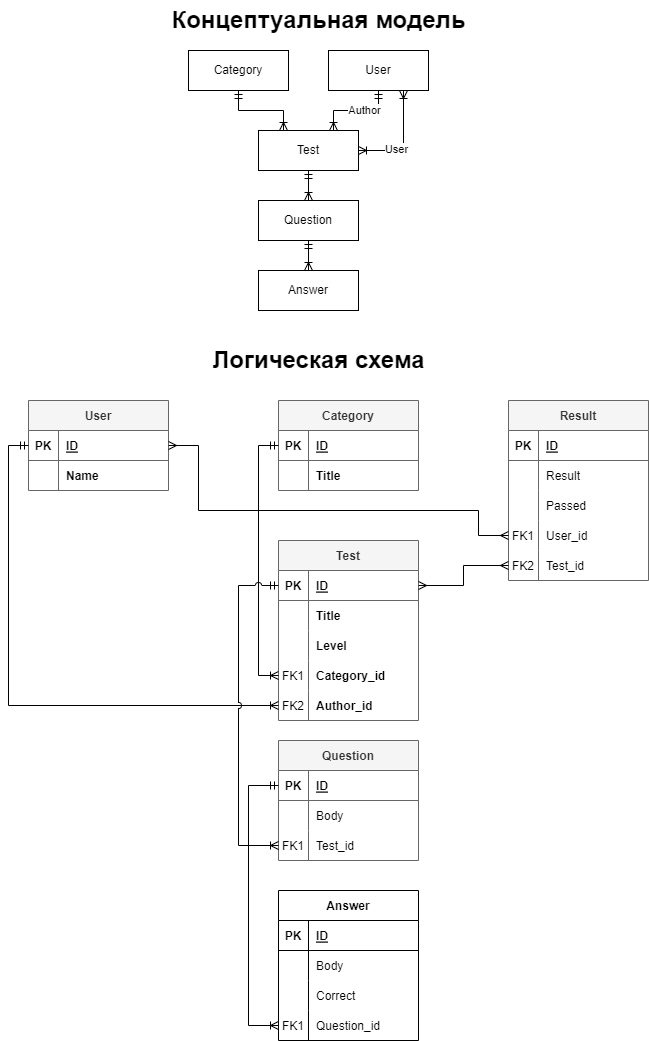
Before: test-guru.wiki/er1.drawio.png, a diagram exported from draw.io (slydevruby/test-guru). Source tidied: cells renumbered, new cells last; positions are measured from the earlier drawing's top-left corner, leaving out a move shared by most shapes.
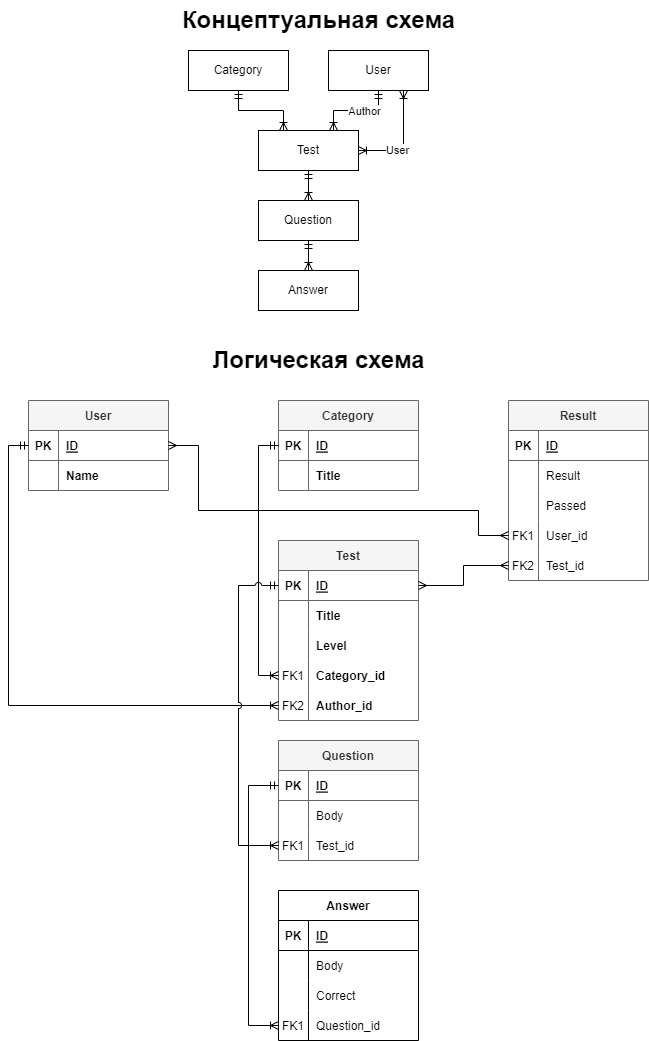
Above is the later version.

What changed in the source:
```diff
@@ -282,7 +282,7 @@
     <mxCell id="88" value="Answer" style="whiteSpace=wrap;html=1;align=center;" parent="1" vertex="1">
       <mxGeometry x="230" y="270" width="100" height="40" as="geometry" />
     </mxCell>
-    <mxCell id="89" value="Концептуальная модель" style="text;strokeColor=none;fillColor=none;html=1;fontSize=24;fontStyle=1;verticalAlign=middle;align=center;" parent="1" vertex="1">
+    <mxCell id="89" value="Концептуальная схема" style="text;strokeColor=none;fillColor=none;html=1;fontSize=24;fontStyle=1;verticalAlign=middle;align=center;" parent="1" vertex="1">
       <mxGeometry x="240" width="100" height="40" as="geometry" />
     </mxCell>
     <mxCell id="90" value="Логическая схема" style="text;strokeColor=none;fillColor=none;html=1;fontSize=24;fontStyle=1;verticalAlign=middle;align=center;" parent="1" vertex="1">
```
